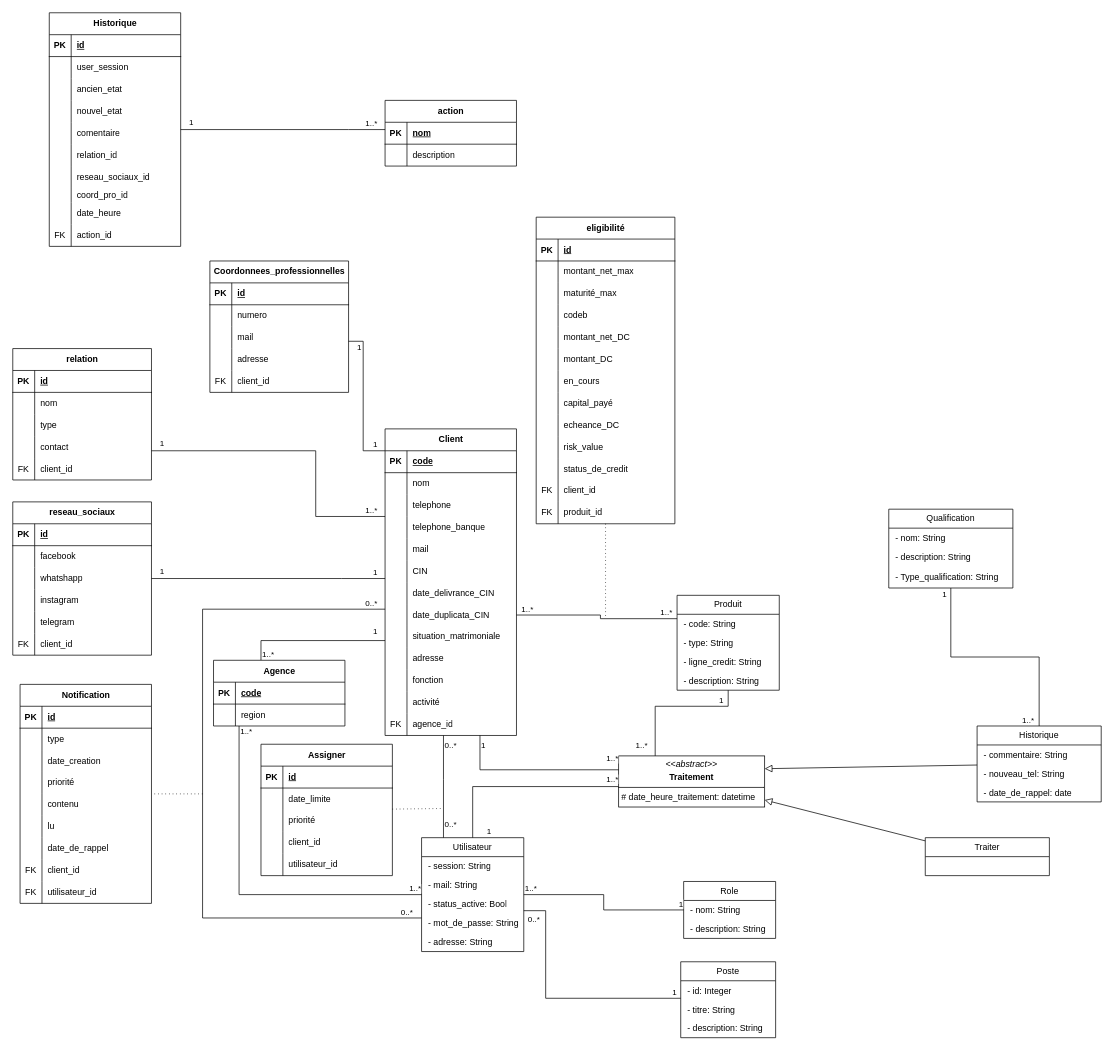
Above: presentationMCD-ABM-BLIPP.drawio in 34arsonEddy/ABM (draw.io), before the change. Source tidied: cells renumbered, new cells numbered last; positions are measured from the earlier drawing's top-left corner, leaving out a move shared by most shapes. Both pictures are drawn from the tidied source at 73%, with x=0, y=0 at pixel (12, 12).
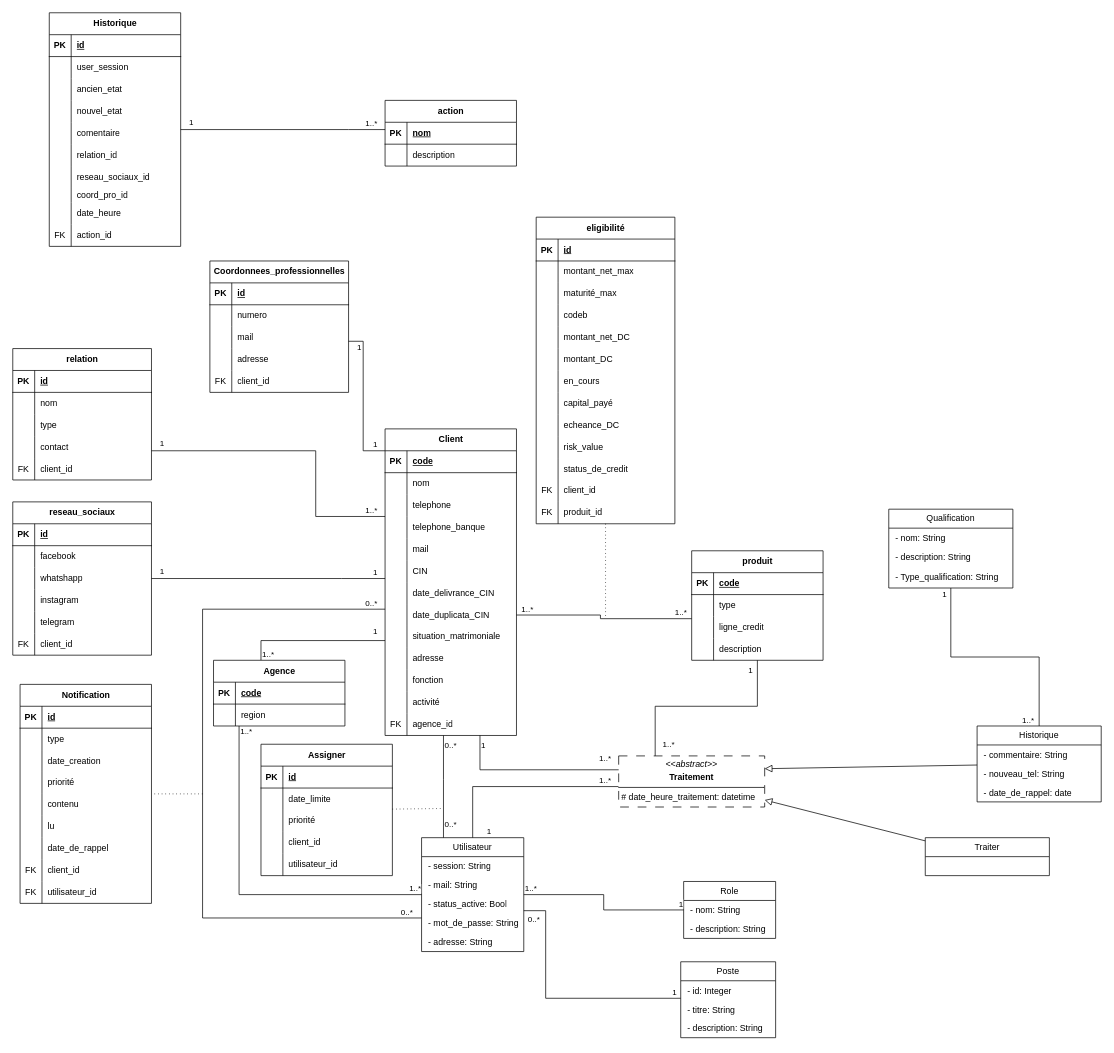
Above is the later version.

Commit message (it also covers changes not shown here):
Mettre à jour presentationMCD-ABM-BLIPP.drawio

Unchanged cells that the change refers to:
```xml
<mxCell id="171" value="Client" style="shape=table;startSize=30;childLayout=tableLayout;rowLines=0;fontStyle=1;align=center;html=1;" parent="1" vertex="1">
  <mxGeometry x="510" y="570" width="180" height="420" as="geometry" />
</mxCell>
```

Change to the diagram source:
```diff
@@
-    <mxCell id="2" value="Produit" style="swimlane;fontStyle=0;horizontal=1;startSize=26;fillColor=none;whiteSpace=wrap;html=1;" parent="1" vertex="1">
-      <mxGeometry x="910" y="798" width="140" height="130" as="geometry" />
-    </mxCell>
-    <mxCell id="3" value="&amp;nbsp;- code: String" style="text;strokeColor=none;fillColor=none;align=left;verticalAlign=top;spacingLeft=4;spacingRight=4;overflow=hidden;whiteSpace=wrap;html=1;" parent="2" vertex="1">
-      <mxGeometry y="26" width="140" height="26" as="geometry" />
-    </mxCell>
-    <mxCell id="4" value="&amp;nbsp;- type: String" style="text;strokeColor=none;fillColor=none;align=left;verticalAlign=top;spacingLeft=4;spacingRight=4;overflow=hidden;whiteSpace=wrap;html=1;" parent="2" vertex="1">
-      <mxGeometry y="52" width="140" height="26" as="geometry" />
-    </mxCell>
-    <mxCell id="5" value="&amp;nbsp;- ligne_credit: String" style="text;strokeColor=none;fillColor=none;align=left;verticalAlign=top;spacingLeft=4;spacingRight=4;overflow=hidden;whiteSpace=wrap;html=1;" parent="2" vertex="1">
-      <mxGeometry y="78" width="140" height="26" as="geometry" />
-    </mxCell>
-    <mxCell id="6" value="&amp;nbsp;- description: String" style="text;strokeColor=none;fillColor=none;align=left;verticalAlign=top;spacingLeft=4;spacingRight=4;overflow=hidden;whiteSpace=wrap;html=1;" parent="2" vertex="1">
-      <mxGeometry y="104" width="140" height="26" as="geometry" />
-    </mxCell>
@@
-    <mxCell id="32" style="endArrow=none;html=1;edgeStyle=orthogonalEdgeStyle;rounded=0;" parent="1" edge="1" source="171" target="2">
+    <mxCell id="32" style="endArrow=none;html=1;edgeStyle=orthogonalEdgeStyle;rounded=0;" parent="1" edge="1" source="171" target="302">
       <mxGeometry relative="1" as="geometry">
         <Array as="points">
           <mxPoint x="805" y="825" />
           <mxPoint x="805" y="830" />
         </Array>
       </mxGeometry>
     </mxCell>
@@
-    <mxCell id="38" value="&lt;p style=&quot;margin:0px;margin-top:4px;text-align:center;&quot;&gt;&lt;i&gt;&amp;lt;&amp;lt;abstract&amp;gt;&amp;gt;&lt;/i&gt;&lt;b&gt;&lt;br&gt;&lt;/b&gt;&lt;/p&gt;&lt;p style=&quot;margin:0px;margin-top:4px;text-align:center;&quot;&gt;&lt;b&gt;Traitement&lt;/b&gt;&lt;br&gt;&lt;/p&gt;&lt;hr size=&quot;1&quot; style=&quot;border-style:solid;&quot;&gt;&lt;p style=&quot;margin:0px;margin-left:4px;&quot;&gt;# date_heure_traitement: datetime&lt;br&gt;&lt;/p&gt;" style="verticalAlign=top;align=left;overflow=fill;html=1;whiteSpace=wrap;" parent="1" vertex="1">
+    <mxCell id="38" value="&lt;p style=&quot;margin:0px;margin-top:4px;text-align:center;&quot;&gt;&lt;i&gt;&amp;lt;&amp;lt;abstract&amp;gt;&amp;gt;&lt;/i&gt;&lt;b&gt;&lt;br&gt;&lt;/b&gt;&lt;/p&gt;&lt;p style=&quot;margin:0px;margin-top:4px;text-align:center;&quot;&gt;&lt;b&gt;Traitement&lt;/b&gt;&lt;br&gt;&lt;/p&gt;&lt;hr size=&quot;1&quot; style=&quot;border-style:solid;&quot;&gt;&lt;p style=&quot;margin:0px;margin-left:4px;&quot;&gt;# date_heure_traitement: datetime&lt;br&gt;&lt;/p&gt;" style="verticalAlign=top;align=left;overflow=fill;html=1;whiteSpace=wrap;dashed=1;dashPattern=12 12;" parent="1" vertex="1">
       <mxGeometry x="830" y="1018" width="200" height="70" as="geometry" />
     </mxCell>
@@
-    <mxCell id="57" style="endArrow=none;html=1;edgeStyle=orthogonalEdgeStyle;rounded=0;" parent="1" edge="1" source="38" target="2">
+    <mxCell id="57" style="endArrow=none;html=1;edgeStyle=orthogonalEdgeStyle;rounded=0;" parent="1" edge="1" source="38" target="302">
       <mxGeometry relative="1" as="geometry">
         <Array as="points">
           <mxPoint x="880" y="950" />
-          <mxPoint x="980" y="950" />
+          <mxPoint x="1020" y="950" />
         </Array>
       </mxGeometry>
     </mxCell>
@@
     <mxCell id="59" value="1..*" style="edgeLabel;html=1;align=right;verticalAlign=bottom;" parent="57" vertex="1">
       <mxGeometry x="1" relative="1" as="geometry">
-        <mxPoint x="-110" y="83" as="offset" />
+        <mxPoint x="-113" y="123" as="offset" />
       </mxGeometry>
     </mxCell>
     <mxCell id="60" value="1..*" style="edgeLabel;html=1;align=right;verticalAlign=bottom;" parent="57" vertex="1">
       <mxGeometry x="1" relative="1" as="geometry">
-        <mxPoint x="-150" y="102" as="offset" />
+        <mxPoint x="-200" y="143" as="offset" />
       </mxGeometry>
     </mxCell>
     <mxCell id="61" value="1..*" style="edgeLabel;html=1;align=right;verticalAlign=bottom;" parent="57" vertex="1">
       <mxGeometry x="1" relative="1" as="geometry">
-        <mxPoint x="-150" y="130" as="offset" />
+        <mxPoint x="-200" y="173" as="offset" />
       </mxGeometry>
     </mxCell>
@@
+    <mxCell id="302" value="produit" style="shape=table;startSize=30;childLayout=tableLayout;rowLines=0;fontStyle=1;align=center;html=1;" parent="1" vertex="1">
+      <mxGeometry x="930" y="737" width="180" height="150" as="geometry" />
+    </mxCell>
+    <mxCell id="303" style="shape=tableRow;horizontal=0;startSize=0;swimlaneHead=0;swimlaneBody=0;fillColor=none;top=0;left=0;right=0;bottom=1;" parent="302" vertex="1">
+      <mxGeometry y="30" width="180" height="30" as="geometry" />
+    </mxCell>
+    <mxCell id="304" value="PK" style="shape=partialRectangle;fillColor=none;top=0;left=0;bottom=0;right=0;fontStyle=1;overflow=hidden;whiteSpace=wrap;html=1;" parent="303" vertex="1">
+      <mxGeometry width="30" height="30" as="geometry" />
+    </mxCell>
+    <mxCell id="305" value="code" style="shape=partialRectangle;fillColor=none;top=0;left=0;bottom=0;right=0;align=left;spacingLeft=6;fontStyle=5;overflow=hidden;whiteSpace=wrap;html=1;" parent="303" vertex="1">
+      <mxGeometry x="30" width="150" height="30" as="geometry" />
+    </mxCell>
+    <mxCell id="306" style="shape=tableRow;horizontal=0;startSize=0;swimlaneHead=0;swimlaneBody=0;fillColor=none;top=0;left=0;right=0;bottom=0;" parent="302" vertex="1">
+      <mxGeometry y="60" width="180" height="30" as="geometry" />
+    </mxCell>
+    <mxCell id="307" style="shape=partialRectangle;fillColor=none;top=0;left=0;bottom=0;right=0;overflow=hidden;whiteSpace=wrap;html=1;" parent="306" vertex="1">
+      <mxGeometry width="30" height="30" as="geometry" />
+    </mxCell>
+    <mxCell id="308" value="type" style="shape=partialRectangle;fillColor=none;top=0;left=0;bottom=0;right=0;align=left;spacingLeft=6;overflow=hidden;whiteSpace=wrap;html=1;" parent="306" vertex="1">
+      <mxGeometry x="30" width="150" height="30" as="geometry" />
+    </mxCell>
+    <mxCell id="309" style="shape=tableRow;horizontal=0;startSize=0;swimlaneHead=0;swimlaneBody=0;fillColor=none;top=0;left=0;right=0;bottom=0;" parent="302" vertex="1">
+      <mxGeometry y="90" width="180" height="30" as="geometry" />
+    </mxCell>
+    <mxCell id="310" style="shape=partialRectangle;fillColor=none;top=0;left=0;bottom=0;right=0;overflow=hidden;whiteSpace=wrap;html=1;" parent="309" vertex="1">
+      <mxGeometry width="30" height="30" as="geometry" />
+    </mxCell>
+    <mxCell id="311" value="ligne_credit" style="shape=partialRectangle;fillColor=none;top=0;left=0;bottom=0;right=0;align=left;spacingLeft=6;overflow=hidden;whiteSpace=wrap;html=1;" parent="309" vertex="1">
+      <mxGeometry x="30" width="150" height="30" as="geometry" />
+    </mxCell>
+    <mxCell id="312" style="shape=tableRow;horizontal=0;startSize=0;swimlaneHead=0;swimlaneBody=0;fillColor=none;top=0;left=0;right=0;bottom=0;" parent="302" vertex="1">
+      <mxGeometry y="120" width="180" height="30" as="geometry" />
+    </mxCell>
+    <mxCell id="313" style="shape=partialRectangle;fillColor=none;top=0;left=0;bottom=0;right=0;overflow=hidden;whiteSpace=wrap;html=1;" parent="312" vertex="1">
+      <mxGeometry width="30" height="30" as="geometry" />
+    </mxCell>
+    <mxCell id="314" value="description" style="shape=partialRectangle;fillColor=none;top=0;left=0;bottom=0;right=0;align=left;spacingLeft=6;overflow=hidden;whiteSpace=wrap;html=1;" parent="312" vertex="1">
+      <mxGeometry x="30" width="150" height="30" as="geometry" />
+    </mxCell>
```
